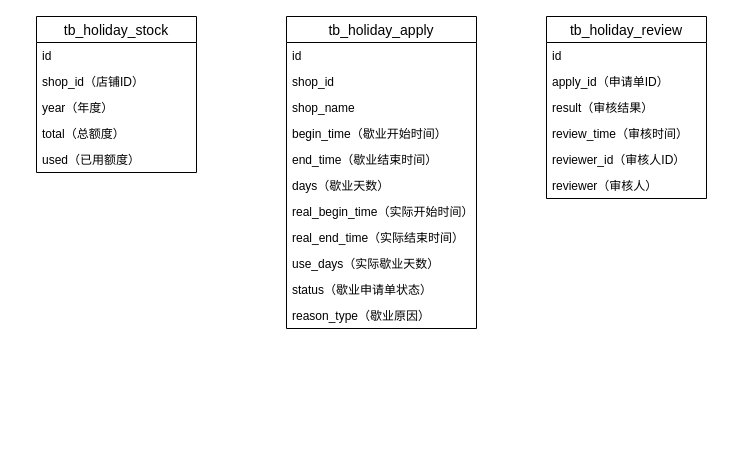
jon-kong/draw.io keeps this draw.io diagram as page "ER图" (3 of 3) of 假期歇业.drawio. Above is the earlier version. Source tidied: cells renumbered, new cells numbered last; positions are measured from the earlier drawing's top-left corner, leaving out a move shared by most shapes. Both pictures are drawn from the tidied source at 100%, with x=0, y=0 at pixel (36, 16).
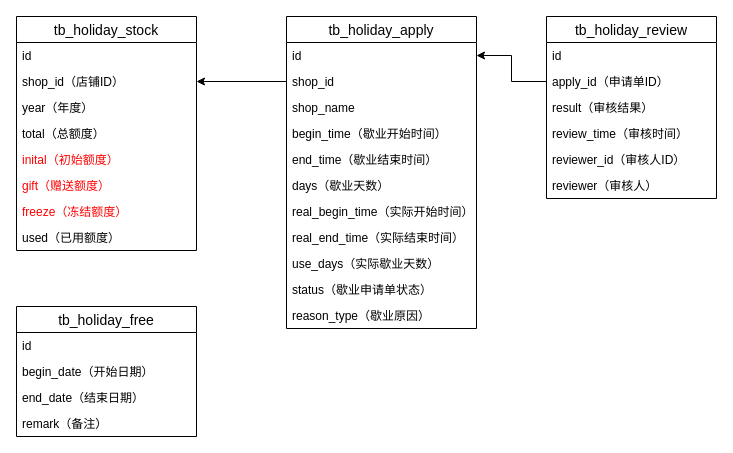
The same diagram, later.

The change refers to these unchanged cells:
```xml
<mxCell id="16" value="id" style="text;strokeColor=none;fillColor=none;spacingLeft=4;spacingRight=4;overflow=hidden;points=[[0,0.5],[1,0.5]];portConstraint=eastwest;fontSize=12;" parent="15" vertex="1">
  <mxGeometry y="26" width="190" height="26" as="geometry" />
</mxCell>
<mxCell id="17" value="shop_id" style="text;strokeColor=none;fillColor=none;spacingLeft=4;spacingRight=4;overflow=hidden;points=[[0,0.5],[1,0.5]];portConstraint=eastwest;fontSize=12;" parent="15" vertex="1">
  <mxGeometry y="52" width="190" height="26" as="geometry" />
</mxCell>
```

The edit, as a diff of the source:
```diff
@@
+    <mxCell id="27" style="edgeStyle=orthogonalEdgeStyle;rounded=0;jettySize=auto;html=1;exitX=0;exitY=0.5;exitDx=0;exitDy=0;" parent="1" edge="1" source="4" target="16">
+      <mxGeometry relative="1" as="geometry" />
+    </mxCell>
+    <mxCell id="28" style="edgeStyle=orthogonalEdgeStyle;rounded=0;jettySize=auto;html=1;exitX=0;exitY=0.5;exitDx=0;exitDy=0;entryX=1;entryY=0.5;entryDx=0;entryDy=0;" parent="1" edge="1" source="17" target="11">
+      <mxGeometry relative="1" as="geometry" />
+    </mxCell>
     <mxCell id="2" value="tb_holiday_review" style="swimlane;fontStyle=0;horizontal=1;startSize=26;align=center;fontSize=14;" parent="1" vertex="1">
-      <mxGeometry x="510" width="160" height="182" as="geometry" />
+      <mxGeometry x="510" width="170" height="182" as="geometry" />
     </mxCell>
     <mxCell id="3" value="id" style="text;strokeColor=none;fillColor=none;spacingLeft=4;spacingRight=4;overflow=hidden;fontSize=12;" parent="2" vertex="1">
-      <mxGeometry y="26" width="160" height="26" as="geometry" />
+      <mxGeometry y="26" width="170" height="26" as="geometry" />
     </mxCell>
     <mxCell id="4" value="apply_id（申请单ID）" style="text;strokeColor=none;fillColor=none;spacingLeft=4;spacingRight=4;overflow=hidden;points=[[0,0.5],[1,0.5]];portConstraint=eastwest;fontSize=12;" parent="2" vertex="1">
-      <mxGeometry y="52" width="160" height="26" as="geometry" />
+      <mxGeometry y="52" width="170" height="26" as="geometry" />
     </mxCell>
     <mxCell id="5" value="result（审核结果）" style="text;strokeColor=none;fillColor=none;spacingLeft=4;spacingRight=4;overflow=hidden;fontSize=12;" parent="2" vertex="1">
-      <mxGeometry y="78" width="160" height="26" as="geometry" />
+      <mxGeometry y="78" width="170" height="26" as="geometry" />
     </mxCell>
     <mxCell id="6" value="review_time（审核时间）" style="text;strokeColor=none;fillColor=none;spacingLeft=4;spacingRight=4;overflow=hidden;fontSize=12;" parent="2" vertex="1">
-      <mxGeometry y="104" width="160" height="26" as="geometry" />
+      <mxGeometry y="104" width="170" height="26" as="geometry" />
     </mxCell>
     <mxCell id="7" value="reviewer_id（审核人ID）" style="text;strokeColor=none;fillColor=none;spacingLeft=4;spacingRight=4;overflow=hidden;fontSize=12;" parent="2" vertex="1">
-      <mxGeometry y="130" width="160" height="26" as="geometry" />
+      <mxGeometry y="130" width="170" height="26" as="geometry" />
     </mxCell>
     <mxCell id="8" value="reviewer（审核人）" style="text;strokeColor=none;fillColor=none;spacingLeft=4;spacingRight=4;overflow=hidden;fontSize=12;" parent="2" vertex="1">
-      <mxGeometry y="156" width="160" height="26" as="geometry" />
+      <mxGeometry y="156" width="170" height="26" as="geometry" />
     </mxCell>
     <mxCell id="9" value="tb_holiday_stock" style="swimlane;fontStyle=0;horizontal=1;startSize=26;align=center;fontSize=14;" parent="1" vertex="1">
-      <mxGeometry width="160" height="156" as="geometry" />
+      <mxGeometry x="-20" width="180" height="234" as="geometry" />
     </mxCell>
     <mxCell id="10" value="id" style="text;strokeColor=none;fillColor=none;spacingLeft=4;spacingRight=4;overflow=hidden;fontSize=12;" parent="9" vertex="1">
-      <mxGeometry y="26" width="160" height="26" as="geometry" />
+      <mxGeometry y="26" width="180" height="26" as="geometry" />
     </mxCell>
     <mxCell id="11" value="shop_id（店铺ID）" style="text;strokeColor=none;fillColor=none;spacingLeft=4;spacingRight=4;overflow=hidden;points=[[0,0.5],[1,0.5]];portConstraint=eastwest;fontSize=12;" parent="9" vertex="1">
-      <mxGeometry y="52" width="160" height="26" as="geometry" />
+      <mxGeometry y="52" width="180" height="26" as="geometry" />
     </mxCell>
     <mxCell id="12" value="year（年度）" style="text;strokeColor=none;fillColor=none;spacingLeft=4;spacingRight=4;overflow=hidden;fontSize=12;" parent="9" vertex="1">
-      <mxGeometry y="78" width="160" height="26" as="geometry" />
+      <mxGeometry y="78" width="180" height="26" as="geometry" />
     </mxCell>
     <mxCell id="13" value="total（总额度）" style="text;strokeColor=none;fillColor=none;spacingLeft=4;spacingRight=4;overflow=hidden;fontSize=12;" parent="9" vertex="1">
-      <mxGeometry y="104" width="160" height="26" as="geometry" />
+      <mxGeometry y="104" width="180" height="26" as="geometry" />
     </mxCell>
-    <mxCell id="14" value="used（已用额度）" style="text;strokeColor=none;fillColor=none;spacingLeft=4;spacingRight=4;overflow=hidden;fontSize=12;" parent="9" vertex="1">
-      <mxGeometry y="130" width="160" height="26" as="geometry" />
+    <mxCell id="14" value="inital（初始额度）" style="text;strokeColor=none;fillColor=none;spacingLeft=4;spacingRight=4;overflow=hidden;fontSize=12;fontColor=#FF0000;" parent="9" vertex="1">
+      <mxGeometry y="130" width="180" height="26" as="geometry" />
     </mxCell>
+    <mxCell id="29" value="gift（赠送额度）" style="text;strokeColor=none;fillColor=none;spacingLeft=4;spacingRight=4;overflow=hidden;fontSize=12;fontColor=#FF0000;" parent="9" vertex="1">
+      <mxGeometry y="156" width="180" height="26" as="geometry" />
+    </mxCell>
+    <mxCell id="30" value="freeze（冻结额度）" style="text;strokeColor=none;fillColor=none;spacingLeft=4;spacingRight=4;overflow=hidden;fontSize=12;fontColor=#FF0000;" parent="9" vertex="1">
+      <mxGeometry y="182" width="180" height="26" as="geometry" />
+    </mxCell>
+    <mxCell id="31" value="used（已用额度）" style="text;strokeColor=none;fillColor=none;spacingLeft=4;spacingRight=4;overflow=hidden;fontSize=12;" parent="9" vertex="1">
+      <mxGeometry y="208" width="180" height="26" as="geometry" />
+    </mxCell>
@@
+    <mxCell id="32" value="tb_holiday_free" style="swimlane;fontStyle=0;horizontal=1;startSize=26;align=center;fontSize=14;" parent="1" vertex="1">
+      <mxGeometry x="-20" y="290" width="180" height="130" as="geometry" />
+    </mxCell>
+    <mxCell id="33" value="id" style="text;strokeColor=none;fillColor=none;spacingLeft=4;spacingRight=4;overflow=hidden;fontSize=12;" parent="32" vertex="1">
+      <mxGeometry y="26" width="180" height="26" as="geometry" />
+    </mxCell>
+    <mxCell id="34" value="begin_date（开始日期）" style="text;strokeColor=none;fillColor=none;spacingLeft=4;spacingRight=4;overflow=hidden;fontSize=12;" parent="32" vertex="1">
+      <mxGeometry y="52" width="180" height="26" as="geometry" />
+    </mxCell>
+    <mxCell id="35" value="end_date（结束日期）" style="text;strokeColor=none;fillColor=none;spacingLeft=4;spacingRight=4;overflow=hidden;fontSize=12;" parent="32" vertex="1">
+      <mxGeometry y="78" width="180" height="26" as="geometry" />
+    </mxCell>
+    <mxCell id="36" value="remark（备注）" style="text;strokeColor=none;fillColor=none;spacingLeft=4;spacingRight=4;overflow=hidden;fontSize=12;" parent="32" vertex="1">
+      <mxGeometry y="104" width="180" height="26" as="geometry" />
+    </mxCell>
```
